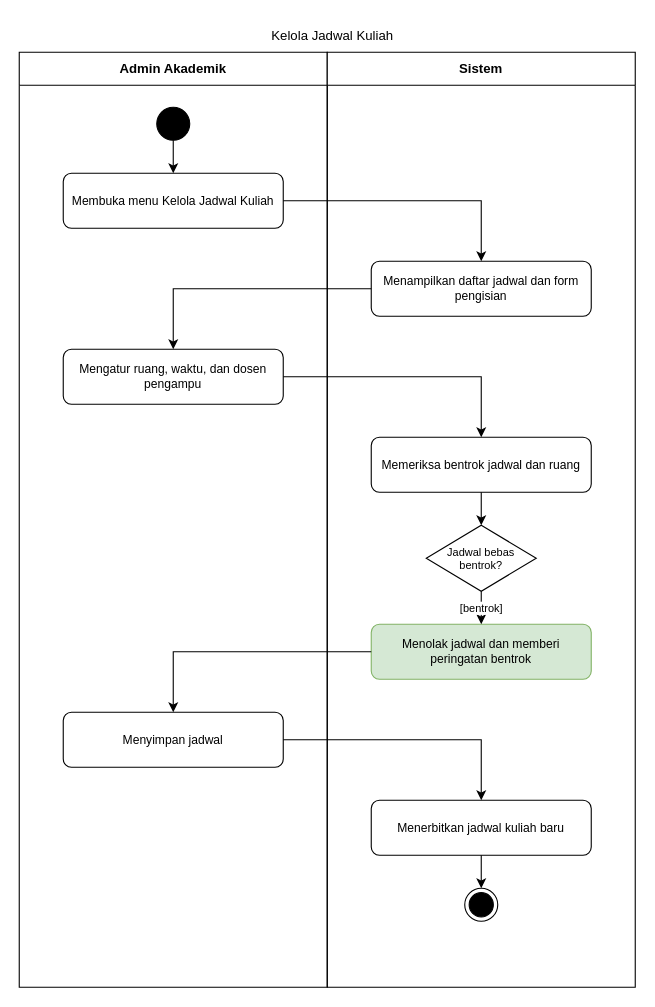
Earlier version of the draw.io diagram 04_model_analisis/P06/SIA/P06_2406120_SIA_Kelola Jadwal Kuliah.drawio (2406120-sys/-IFRWP5149_2406120_LabAlat.-). Source tidied: cells renumbered, new cells numbered last; positions are measured from the earlier drawing's top-left corner, leaving out a move shared by most shapes. Both pictures are drawn from the tidied source at 110%, with x=0, y=0 at pixel (19, 19).
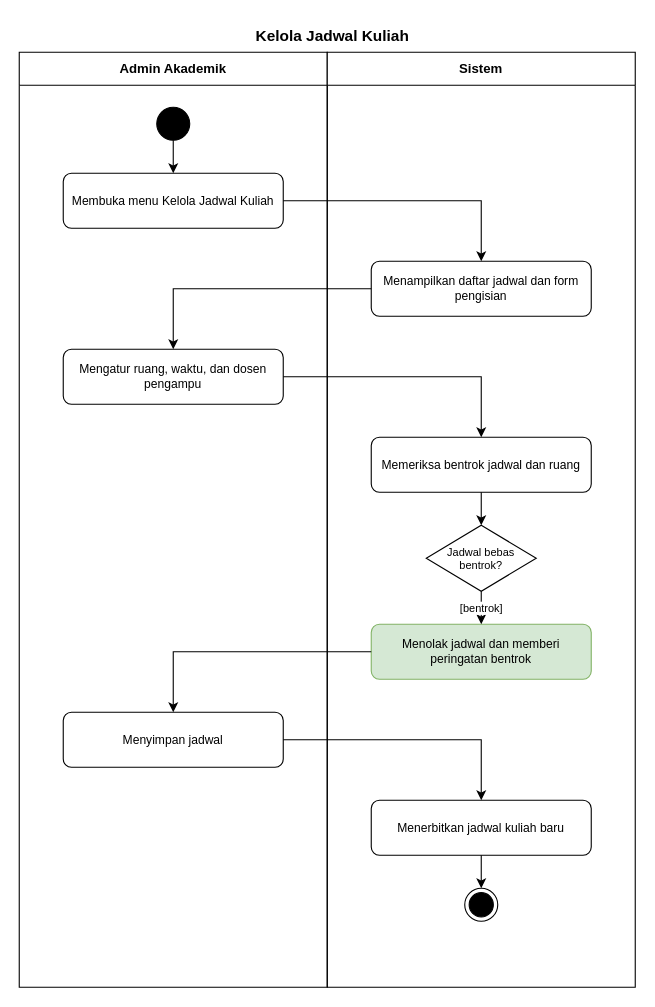
The same page after the edit.

What changed in the source:
```diff
@@
-    <mxCell id="23" value="Kelola Jadwal Kuliah" style="text;html=1;whiteSpace=wrap;strokeColor=none;fillColor=none;align=center;verticalAlign=middle;rounded=0;" parent="1" vertex="1">
+    <mxCell id="23" value="&lt;b&gt;&lt;font style=&quot;font-size: 14px;&quot;&gt;Kelola Jadwal Kuliah&lt;/font&gt;&lt;/b&gt;" style="text;html=1;whiteSpace=wrap;strokeColor=none;fillColor=none;align=center;verticalAlign=middle;rounded=0;" parent="1" vertex="1">
       <mxGeometry x="200" width="170" height="30" as="geometry" />
     </mxCell>
```
